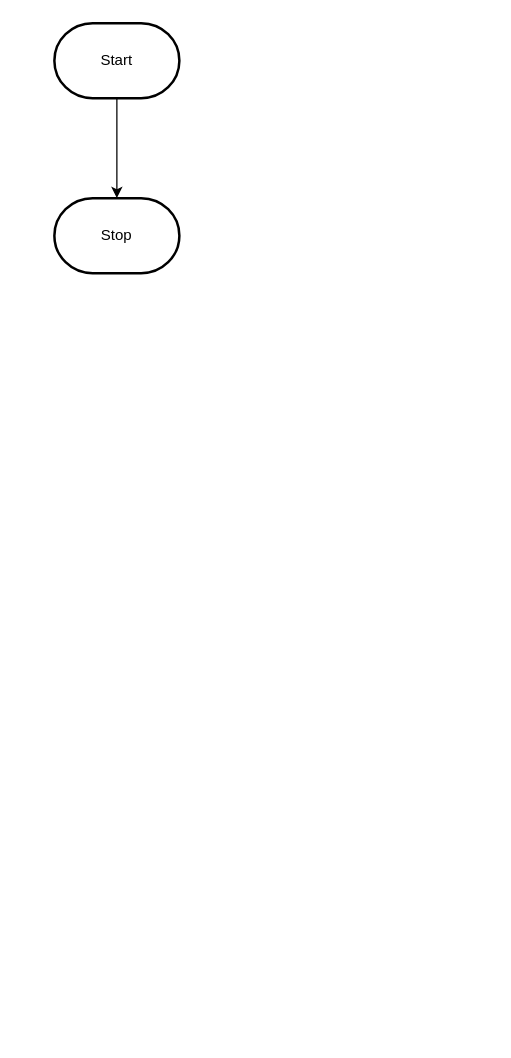
MTHS-ICD2O-1-2023/ICD2O-Unit-5-03-Adam-Batiuk keeps this draw.io diagram as design/flowchart.drawio. Above is the earlier version. Source tidied: cells renumbered, new cells numbered last; positions are measured from the earlier drawing's top-left corner, leaving out a move shared by most shapes. Both pictures are drawn from the tidied source at 125%, with x=0, y=0 at pixel (54, 22).
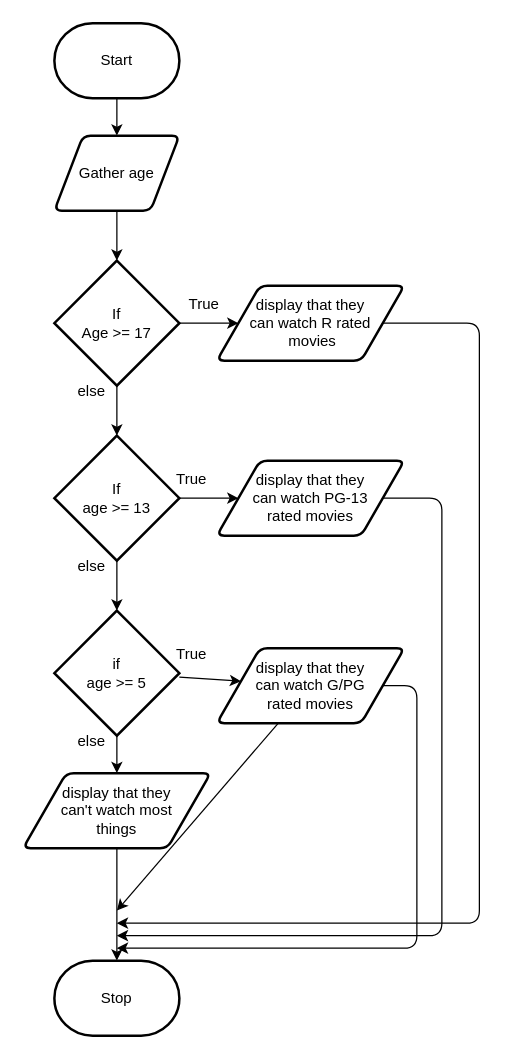
Above is the later version.

The change refers to these unchanged cells:
```xml
<mxCell id="3" value="Start" style="strokeWidth=2;html=1;shape=mxgraph.flowchart.terminator;whiteSpace=wrap;" parent="1" vertex="1">
  <mxGeometry width="100" height="60" as="geometry" />
</mxCell>
```

What changed in the source:
```diff
@@
-    <mxCell id="2" style="edgeStyle=orthogonalEdgeStyle;html=1;rounded=0;" parent="1" edge="1" source="3" target="4">
-      <mxGeometry relative="1" as="geometry" />
-    </mxCell>
+    <mxCell id="5" style="edgeStyle=none;html=1;" parent="1" edge="1" source="3" target="2">
+      <mxGeometry relative="1" as="geometry" />
+    </mxCell>
@@
     <mxCell id="4" value="Stop" style="strokeWidth=2;html=1;shape=mxgraph.flowchart.terminator;whiteSpace=wrap;" parent="1" vertex="1">
-      <mxGeometry y="140" width="100" height="60" as="geometry" />
+      <mxGeometry y="750" width="100" height="60" as="geometry" />
     </mxCell>
+    <mxCell id="6" style="edgeStyle=none;html=1;" parent="1" edge="1" source="2" target="9">
+      <mxGeometry relative="1" as="geometry" />
+    </mxCell>
+    <mxCell id="2" value="Gather age" style="shape=parallelogram;html=1;strokeWidth=2;perimeter=parallelogramPerimeter;whiteSpace=wrap;rounded=1;arcSize=12;size=0.23;" parent="1" vertex="1">
+      <mxGeometry y="90" width="100" height="60" as="geometry" />
+    </mxCell>
+    <mxCell id="7" style="edgeStyle=none;html=1;" parent="1" edge="1" source="9" target="12">
+      <mxGeometry relative="1" as="geometry" />
+    </mxCell>
+    <mxCell id="8" style="edgeStyle=none;html=1;" parent="1" edge="1" source="9" target="17">
+      <mxGeometry relative="1" as="geometry" />
+    </mxCell>
+    <mxCell id="9" value="If&lt;br&gt;Age &amp;gt;= 17" style="strokeWidth=2;html=1;shape=mxgraph.flowchart.decision;whiteSpace=wrap;" parent="1" vertex="1">
+      <mxGeometry y="190" width="100" height="100" as="geometry" />
+    </mxCell>
+    <mxCell id="10" style="edgeStyle=none;html=1;" parent="1" edge="1" source="12" target="15">
+      <mxGeometry relative="1" as="geometry" />
+    </mxCell>
+    <mxCell id="11" style="edgeStyle=none;html=1;" parent="1" edge="1" source="12" target="19">
+      <mxGeometry relative="1" as="geometry" />
+    </mxCell>
+    <mxCell id="12" value="If&lt;br&gt;age &amp;gt;= 13" style="strokeWidth=2;html=1;shape=mxgraph.flowchart.decision;whiteSpace=wrap;" parent="1" vertex="1">
+      <mxGeometry y="330" width="100" height="100" as="geometry" />
+    </mxCell>
+    <mxCell id="13" style="edgeStyle=none;html=1;" parent="1" edge="1" source="15" target="24">
+      <mxGeometry relative="1" as="geometry" />
+    </mxCell>
+    <mxCell id="14" style="edgeStyle=none;html=1;" parent="1" edge="1" source="15" target="22">
+      <mxGeometry relative="1" as="geometry" />
+    </mxCell>
+    <mxCell id="15" value="if&lt;br&gt;age &amp;gt;= 5" style="strokeWidth=2;html=1;shape=mxgraph.flowchart.decision;whiteSpace=wrap;" parent="1" vertex="1">
+      <mxGeometry y="470" width="100" height="100" as="geometry" />
+    </mxCell>
+    <mxCell id="16" style="edgeStyle=elbowEdgeStyle;html=1;" parent="1" edge="1" source="17">
+      <mxGeometry relative="1" as="geometry">
+        <mxPoint x="50" y="720" as="targetPoint" />
+        <Array as="points">
+          <mxPoint x="340" y="490" />
+        </Array>
+      </mxGeometry>
+    </mxCell>
+    <mxCell id="17" value="display that they&lt;br&gt;can watch R rated&lt;br&gt;&amp;nbsp;movies" style="shape=parallelogram;html=1;strokeWidth=2;perimeter=parallelogramPerimeter;whiteSpace=wrap;rounded=1;arcSize=12;size=0.23;" parent="1" vertex="1">
+      <mxGeometry x="130" y="210" width="150" height="60" as="geometry" />
+    </mxCell>
+    <mxCell id="18" style="edgeStyle=elbowEdgeStyle;html=1;" parent="1" edge="1" source="19">
+      <mxGeometry relative="1" as="geometry">
+        <mxPoint x="50" y="730" as="targetPoint" />
+        <Array as="points">
+          <mxPoint x="310" y="550" />
+        </Array>
+      </mxGeometry>
+    </mxCell>
+    <mxCell id="19" value="display that they&lt;br&gt;can watch PG-13 &lt;br&gt;rated movies" style="shape=parallelogram;html=1;strokeWidth=2;perimeter=parallelogramPerimeter;whiteSpace=wrap;rounded=1;arcSize=12;size=0.23;" parent="1" vertex="1">
+      <mxGeometry x="130" y="350" width="150" height="60" as="geometry" />
+    </mxCell>
+    <mxCell id="20" style="edgeStyle=none;html=1;" parent="1" edge="1" source="22">
+      <mxGeometry relative="1" as="geometry">
+        <mxPoint x="50" y="710" as="targetPoint" />
+      </mxGeometry>
+    </mxCell>
+    <mxCell id="21" style="edgeStyle=elbowEdgeStyle;html=1;" parent="1" edge="1" source="22">
+      <mxGeometry relative="1" as="geometry">
+        <mxPoint x="50" y="740" as="targetPoint" />
+        <Array as="points">
+          <mxPoint x="290" y="620" />
+        </Array>
+      </mxGeometry>
+    </mxCell>
+    <mxCell id="22" value="display that they&lt;br&gt;can watch G/PG &lt;br&gt;rated movies" style="shape=parallelogram;html=1;strokeWidth=2;perimeter=parallelogramPerimeter;whiteSpace=wrap;rounded=1;arcSize=12;size=0.23;" parent="1" vertex="1">
+      <mxGeometry x="130" y="500" width="150" height="60" as="geometry" />
+    </mxCell>
+    <mxCell id="23" style="edgeStyle=none;html=1;" parent="1" edge="1" source="24" target="4">
+      <mxGeometry relative="1" as="geometry" />
+    </mxCell>
+    <mxCell id="24" value="display that they&lt;br&gt;can't watch most&lt;br&gt;things" style="shape=parallelogram;html=1;strokeWidth=2;perimeter=parallelogramPerimeter;whiteSpace=wrap;rounded=1;arcSize=12;size=0.23;" parent="1" vertex="1">
+      <mxGeometry x="-25" y="600" width="150" height="60" as="geometry" />
+    </mxCell>
+    <mxCell id="25" value="True" style="text;html=1;strokeColor=none;fillColor=none;align=center;verticalAlign=middle;whiteSpace=wrap;rounded=0;" parent="1" vertex="1">
+      <mxGeometry x="90" y="210" width="60" height="30" as="geometry" />
+    </mxCell>
+    <mxCell id="26" value="True" style="text;html=1;strokeColor=none;fillColor=none;align=center;verticalAlign=middle;whiteSpace=wrap;rounded=0;" parent="1" vertex="1">
+      <mxGeometry x="80" y="350" width="60" height="30" as="geometry" />
+    </mxCell>
+    <mxCell id="27" value="True" style="text;html=1;strokeColor=none;fillColor=none;align=center;verticalAlign=middle;whiteSpace=wrap;rounded=0;" parent="1" vertex="1">
+      <mxGeometry x="80" y="490" width="60" height="30" as="geometry" />
+    </mxCell>
+    <mxCell id="28" value="else" style="text;html=1;strokeColor=none;fillColor=none;align=center;verticalAlign=middle;whiteSpace=wrap;rounded=0;" parent="1" vertex="1">
+      <mxGeometry y="280" width="60" height="30" as="geometry" />
+    </mxCell>
+    <mxCell id="29" value="else" style="text;html=1;strokeColor=none;fillColor=none;align=center;verticalAlign=middle;whiteSpace=wrap;rounded=0;" parent="1" vertex="1">
+      <mxGeometry y="420" width="60" height="30" as="geometry" />
+    </mxCell>
+    <mxCell id="30" value="else" style="text;html=1;strokeColor=none;fillColor=none;align=center;verticalAlign=middle;whiteSpace=wrap;rounded=0;" parent="1" vertex="1">
+      <mxGeometry y="560" width="60" height="30" as="geometry" />
+    </mxCell>
```
